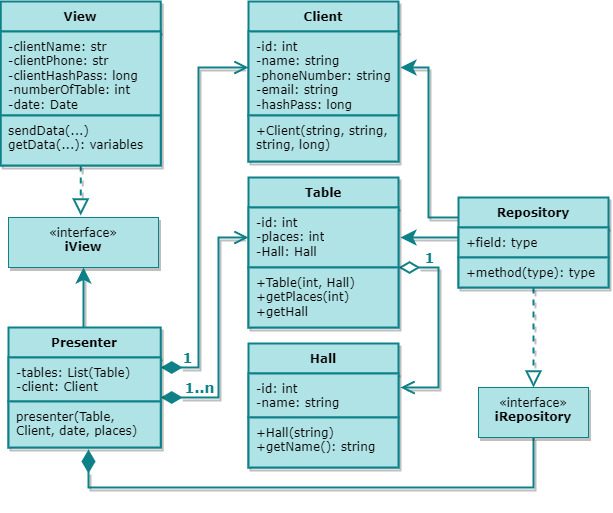
This is hw08/UML.png from PavelVolchenko/SoftwareArchitecture, a draw.io export, as it was before one commit. Source tidied: cells renumbered, new cells last; positions are measured from the earlier drawing's top-left corner, leaving out a move shared by most shapes. Its diagram source:
```xml
<mxGraphModel>
  <root>
    <mxCell id="0" />
    <mxCell id="1" parent="0" />
    <mxCell id="2" style="edgeStyle=orthogonalEdgeStyle;rounded=0;jettySize=auto;html=1;fontFamily=Verdana;fontSize=12;fontColor=default;startSize=26;fillColor=#b0e3e6;strokeColor=#0e8088;strokeWidth=2;dashed=1;endArrow=block;endFill=0;endSize=12;shadow=1;targetPerimeterSpacing=2;verticalAlign=top;spacing=4;" parent="1" edge="1" source="3" target="6">
      <mxGeometry relative="1" as="geometry">
        <Array as="points">
          <mxPoint x="80" y="216" />
          <mxPoint x="80" y="216" />
        </Array>
      </mxGeometry>
    </mxCell>
    <mxCell id="3" value="View" style="swimlane;fontStyle=1;align=center;verticalAlign=top;horizontal=1;startSize=30;whiteSpace=wrap;fillColor=#b0e3e6;strokeColor=#0e8088;strokeWidth=2;shadow=1;fontFamily=Verdana;fontSize=12;html=1;spacingTop=0;spacing=4;" parent="1" vertex="1">
      <mxGeometry x="0.2" width="160" height="164" as="geometry" />
    </mxCell>
    <mxCell id="4" value="-clientName: str&lt;br&gt;-clientPhone: str&lt;br&gt;-clientHashPass: long&lt;br&gt;-numberOfTable: int&lt;br&gt;-date: Date" style="text;strokeColor=#0e8088;fillColor=#b0e3e6;align=left;verticalAlign=top;spacingLeft=4;spacingRight=4;overflow=hidden;whiteSpace=wrap;strokeWidth=2;shadow=0;fontFamily=Verdana;fontSize=12;html=1;spacingTop=0;spacing=4;" parent="3" vertex="1">
      <mxGeometry y="30" width="160" height="84" as="geometry" />
    </mxCell>
    <mxCell id="5" value="sendData(...)&lt;br&gt;getData(...): variables" style="text;strokeColor=#0e8088;fillColor=#b0e3e6;align=left;verticalAlign=top;spacingLeft=4;spacingRight=4;overflow=hidden;whiteSpace=wrap;strokeWidth=2;shadow=0;fontFamily=Verdana;fontSize=12;html=1;spacingTop=0;spacing=4;" parent="3" vertex="1">
      <mxGeometry y="114" width="160" height="50" as="geometry" />
    </mxCell>
    <mxCell id="6" value="«interface»&lt;br&gt;&lt;b&gt;iView&lt;/b&gt;" style="html=1;whiteSpace=wrap;fillColor=#b0e3e6;strokeColor=#0e8088;shadow=1;fontFamily=Verdana;verticalAlign=top;spacing=4;" parent="1" vertex="1">
      <mxGeometry x="8" y="216" width="150" height="50" as="geometry" />
    </mxCell>
    <mxCell id="7" style="edgeStyle=orthogonalEdgeStyle;shape=connector;rounded=0;jettySize=auto;html=1;labelBackgroundColor=default;strokeColor=#0e8088;strokeWidth=2;align=center;verticalAlign=top;fontFamily=Verdana;fontSize=12;fontColor=default;endArrow=classic;endFill=1;startSize=26;endSize=10;fillColor=#b0e3e6;targetPerimeterSpacing=2;spacing=4;shadow=1;entryX=0.5;entryY=1;entryDx=0;entryDy=0;" parent="1" edge="1" source="11" target="6">
      <mxGeometry relative="1" as="geometry">
        <Array as="points">
          <mxPoint x="83" y="316" />
          <mxPoint x="83" y="316" />
        </Array>
      </mxGeometry>
    </mxCell>
    <mxCell id="8" style="edgeStyle=orthogonalEdgeStyle;shape=connector;rounded=0;jettySize=auto;html=1;labelBackgroundColor=default;strokeColor=#0e8088;strokeWidth=2;align=center;verticalAlign=middle;fontFamily=Verdana;fontSize=12;fontColor=default;endArrow=open;endFill=0;startSize=16;endSize=10;fillColor=#b0e3e6;shadow=1;startArrow=diamondThin;startFill=1;" parent="1" edge="1" source="11" target="16">
      <mxGeometry relative="1" as="geometry">
        <Array as="points">
          <mxPoint x="198" y="366" />
          <mxPoint x="198" y="66" />
        </Array>
      </mxGeometry>
    </mxCell>
    <mxCell id="9" value="1" style="edgeLabel;html=1;align=center;verticalAlign=middle;fontSize=14;fontFamily=Verdana;fontColor=#0E8088;labelBackgroundColor=none;fontStyle=1;" parent="8" vertex="1">
      <mxGeometry x="-0.9" y="2" relative="1" as="geometry">
        <mxPoint x="6" y="-8" as="offset" />
      </mxGeometry>
    </mxCell>
    <mxCell id="10" style="edgeStyle=orthogonalEdgeStyle;shape=connector;rounded=0;jettySize=auto;html=1;labelBackgroundColor=default;strokeColor=#0e8088;strokeWidth=2;align=center;verticalAlign=middle;fontFamily=Verdana;fontSize=12;fontColor=default;endArrow=open;endFill=0;startSize=16;endSize=10;fillColor=#b0e3e6;shadow=1;startArrow=diamondThin;startFill=1;" parent="1" edge="1" source="11" target="20">
      <mxGeometry relative="1" as="geometry">
        <Array as="points">
          <mxPoint x="218" y="396" />
          <mxPoint x="218" y="236" />
        </Array>
      </mxGeometry>
    </mxCell>
    <mxCell id="11" value="Presenter" style="swimlane;fontStyle=1;align=center;verticalAlign=top;horizontal=1;startSize=30;whiteSpace=wrap;fillColor=#b0e3e6;strokeColor=#0e8088;strokeWidth=2;shadow=1;fontFamily=Verdana;fontSize=12;html=1;spacingTop=0;spacing=4;" parent="1" vertex="1">
      <mxGeometry x="8" y="326" width="152.2" height="120" as="geometry" />
    </mxCell>
    <mxCell id="12" value="-tables: List(Table)&lt;br&gt;-client: Client" style="text;strokeColor=#0e8088;fillColor=#b0e3e6;align=left;verticalAlign=top;spacingLeft=4;spacingRight=4;overflow=hidden;whiteSpace=wrap;strokeWidth=2;shadow=0;fontFamily=Verdana;fontSize=12;spacingTop=0;spacing=4;html=1;" parent="11" vertex="1">
      <mxGeometry y="30" width="152.2" height="44" as="geometry" />
    </mxCell>
    <mxCell id="13" value="presenter(Table, Client, date, places)" style="text;strokeColor=#0e8088;fillColor=#b0e3e6;align=left;verticalAlign=top;spacingLeft=4;spacingRight=4;overflow=hidden;whiteSpace=wrap;strokeWidth=2;shadow=0;fontFamily=Verdana;fontSize=12;html=1;spacingTop=0;spacing=4;" parent="11" vertex="1">
      <mxGeometry y="74" width="152.2" height="46" as="geometry" />
    </mxCell>
    <mxCell id="14" style="edgeStyle=orthogonalEdgeStyle;shape=connector;rounded=0;jettySize=auto;html=1;labelBackgroundColor=default;strokeColor=#0e8088;strokeWidth=2;align=center;verticalAlign=top;fontFamily=Verdana;fontSize=12;fontColor=default;endArrow=diamondThin;endFill=1;startSize=26;endSize=18;fillColor=#b0e3e6;targetPerimeterSpacing=2;spacing=4;shadow=1;" parent="1" edge="1" source="15" target="11">
      <mxGeometry relative="1" as="geometry">
        <Array as="points">
          <mxPoint x="533" y="486" />
          <mxPoint x="88" y="486" />
        </Array>
      </mxGeometry>
    </mxCell>
    <mxCell id="15" value="«interface»&lt;br&gt;&lt;b&gt;iRepository&lt;/b&gt;" style="html=1;whiteSpace=wrap;fillColor=#b0e3e6;strokeColor=#0e8088;shadow=1;fontFamily=Verdana;verticalAlign=top;spacing=4;" parent="1" vertex="1">
      <mxGeometry x="478" y="386" width="110" height="50" as="geometry" />
    </mxCell>
    <mxCell id="16" value="Client" style="swimlane;fontStyle=1;align=center;verticalAlign=top;horizontal=1;startSize=30;whiteSpace=wrap;fillColor=#b0e3e6;strokeColor=#0e8088;strokeWidth=2;shadow=1;fontFamily=Verdana;fontSize=12;html=1;spacingTop=0;spacing=4;" parent="1" vertex="1">
      <mxGeometry x="248" width="150" height="160" as="geometry" />
    </mxCell>
    <mxCell id="17" value="-id: int&lt;br&gt;-name: string&lt;br&gt;-phoneNumber: string&lt;br&gt;-email: string&lt;br&gt;-hashPass: long" style="text;strokeColor=#0e8088;fillColor=#b0e3e6;align=left;verticalAlign=top;spacingLeft=4;spacingRight=4;overflow=hidden;whiteSpace=wrap;strokeWidth=2;shadow=0;fontFamily=Verdana;fontSize=12;html=1;spacingTop=0;spacing=4;" parent="16" vertex="1">
      <mxGeometry y="30" width="150" height="84" as="geometry" />
    </mxCell>
    <mxCell id="18" value="+Client(string, string, string, long)" style="text;strokeColor=#0e8088;fillColor=#b0e3e6;align=left;verticalAlign=top;spacingLeft=4;spacingRight=4;overflow=hidden;whiteSpace=wrap;strokeWidth=2;shadow=0;fontFamily=Verdana;fontSize=12;html=1;spacingTop=0;spacing=4;" parent="16" vertex="1">
      <mxGeometry y="114" width="150" height="46" as="geometry" />
    </mxCell>
    <mxCell id="19" style="edgeStyle=orthogonalEdgeStyle;shape=connector;rounded=0;jettySize=auto;html=1;shadow=1;labelBackgroundColor=default;strokeColor=#0e8088;strokeWidth=2;align=center;verticalAlign=top;spacing=4;fontFamily=Verdana;fontSize=12;fontColor=default;endArrow=open;endFill=0;startSize=16;endSize=10;targetPerimeterSpacing=2;fillColor=#b0e3e6;startArrow=diamondThin;startFill=0;" parent="1" edge="1" source="20" target="23">
      <mxGeometry relative="1" as="geometry">
        <Array as="points">
          <mxPoint x="438" y="266" />
          <mxPoint x="438" y="386" />
        </Array>
      </mxGeometry>
    </mxCell>
    <mxCell id="20" value="Table" style="swimlane;fontStyle=1;align=center;verticalAlign=top;horizontal=1;startSize=30;whiteSpace=wrap;fillColor=#b0e3e6;strokeColor=#0e8088;strokeWidth=2;shadow=1;fontFamily=Verdana;fontSize=12;html=1;spacingTop=0;spacing=4;" parent="1" vertex="1">
      <mxGeometry x="248" y="176" width="150" height="150" as="geometry" />
    </mxCell>
    <mxCell id="21" value="-id: int&lt;br&gt;-places: int&lt;br&gt;-Hall: Hall" style="text;strokeColor=#0e8088;fillColor=#b0e3e6;align=left;verticalAlign=top;spacingLeft=4;spacingRight=4;overflow=hidden;whiteSpace=wrap;strokeWidth=2;shadow=0;fontFamily=Verdana;fontSize=12;html=1;spacingTop=0;spacing=4;" parent="20" vertex="1">
      <mxGeometry y="30" width="150" height="60" as="geometry" />
    </mxCell>
    <mxCell id="22" value="+Table(int, Hall)&lt;br&gt;+getPlaces(int)&lt;br&gt;+getHall" style="text;strokeColor=#0e8088;fillColor=#b0e3e6;align=left;verticalAlign=top;spacingLeft=4;spacingRight=4;overflow=hidden;whiteSpace=wrap;strokeWidth=2;shadow=0;fontFamily=Verdana;fontSize=12;html=1;spacingTop=0;spacing=4;" parent="20" vertex="1">
      <mxGeometry y="90" width="150" height="60" as="geometry" />
    </mxCell>
    <mxCell id="23" value="Hall" style="swimlane;fontStyle=1;align=center;verticalAlign=top;horizontal=1;startSize=30;whiteSpace=wrap;fillColor=#b0e3e6;strokeColor=#0e8088;strokeWidth=2;shadow=1;fontFamily=Verdana;fontSize=12;html=1;spacingTop=0;spacing=4;" parent="1" vertex="1">
      <mxGeometry x="248" y="342" width="150" height="124" as="geometry" />
    </mxCell>
    <mxCell id="24" value="-id: int&lt;br&gt;-name: string" style="text;strokeColor=#0e8088;fillColor=#b0e3e6;align=left;verticalAlign=top;spacingLeft=4;spacingRight=4;overflow=hidden;whiteSpace=wrap;strokeWidth=2;shadow=0;fontFamily=Verdana;fontSize=12;html=1;spacingTop=0;spacing=4;" parent="23" vertex="1">
      <mxGeometry y="30" width="150" height="44" as="geometry" />
    </mxCell>
    <mxCell id="25" value="+Hall(string)&lt;br&gt;+getName(): string" style="text;strokeColor=#0e8088;fillColor=#b0e3e6;align=left;verticalAlign=top;spacingLeft=4;spacingRight=4;overflow=hidden;whiteSpace=wrap;strokeWidth=2;shadow=0;fontFamily=Verdana;fontSize=12;html=1;spacingTop=0;spacing=4;" parent="23" vertex="1">
      <mxGeometry y="74" width="150" height="50" as="geometry" />
    </mxCell>
    <mxCell id="26" style="edgeStyle=orthogonalEdgeStyle;shape=connector;rounded=0;jettySize=auto;html=1;dashed=1;labelBackgroundColor=default;strokeColor=#0e8088;strokeWidth=2;align=center;verticalAlign=middle;fontFamily=Verdana;fontSize=12;fontColor=default;endArrow=block;endFill=0;startSize=26;endSize=12;fillColor=#b0e3e6;shadow=1;" parent="1" edge="1" source="29" target="15">
      <mxGeometry relative="1" as="geometry">
        <Array as="points">
          <mxPoint x="533" y="336" />
          <mxPoint x="533" y="336" />
        </Array>
      </mxGeometry>
    </mxCell>
    <mxCell id="27" style="edgeStyle=orthogonalEdgeStyle;shape=connector;rounded=0;jettySize=auto;html=1;shadow=1;labelBackgroundColor=default;strokeColor=#0e8088;strokeWidth=2;align=center;verticalAlign=top;spacing=4;fontFamily=Verdana;fontSize=12;fontColor=default;endArrow=classic;endFill=1;startSize=26;endSize=10;targetPerimeterSpacing=2;fillColor=#b0e3e6;" parent="1" edge="1" source="29" target="16">
      <mxGeometry relative="1" as="geometry">
        <Array as="points">
          <mxPoint x="428" y="216" />
          <mxPoint x="428" y="66" />
        </Array>
      </mxGeometry>
    </mxCell>
    <mxCell id="28" style="edgeStyle=orthogonalEdgeStyle;shape=connector;rounded=0;jettySize=auto;html=1;shadow=1;labelBackgroundColor=default;strokeColor=#0e8088;strokeWidth=2;align=center;verticalAlign=top;spacing=4;fontFamily=Verdana;fontSize=12;fontColor=default;endArrow=classic;endFill=1;startSize=26;endSize=10;targetPerimeterSpacing=2;fillColor=#b0e3e6;" parent="1" edge="1" source="29" target="20">
      <mxGeometry relative="1" as="geometry">
        <Array as="points">
          <mxPoint x="428" y="236" />
          <mxPoint x="428" y="236" />
        </Array>
      </mxGeometry>
    </mxCell>
    <mxCell id="29" value="Repository" style="swimlane;fontStyle=1;align=center;verticalAlign=top;horizontal=1;startSize=30;whiteSpace=wrap;fillColor=#b0e3e6;strokeColor=#0e8088;strokeWidth=2;shadow=1;fontFamily=Verdana;fontSize=12;html=1;spacingTop=0;spacing=4;" parent="1" vertex="1">
      <mxGeometry x="458" y="196" width="150" height="90" as="geometry" />
    </mxCell>
    <mxCell id="30" value="+field: type" style="text;strokeColor=#0e8088;fillColor=#b0e3e6;align=left;verticalAlign=top;spacingLeft=4;spacingRight=4;overflow=hidden;whiteSpace=wrap;strokeWidth=2;shadow=0;fontFamily=Verdana;fontSize=12;html=1;spacingTop=0;spacing=4;" parent="29" vertex="1">
      <mxGeometry y="30" width="150" height="30" as="geometry" />
    </mxCell>
    <mxCell id="31" value="+method(type): type" style="text;strokeColor=#0e8088;fillColor=#b0e3e6;align=left;verticalAlign=top;spacingLeft=4;spacingRight=4;overflow=hidden;whiteSpace=wrap;strokeWidth=2;shadow=0;fontFamily=Verdana;fontSize=12;html=1;spacingTop=0;spacing=4;" parent="29" vertex="1">
      <mxGeometry y="60" width="150" height="30" as="geometry" />
    </mxCell>
    <mxCell id="32" value="1..n" style="edgeLabel;html=1;align=center;verticalAlign=middle;fontSize=14;fontFamily=Verdana;fontColor=#0E8088;labelBackgroundColor=none;fontStyle=1;" parent="1" vertex="1">
      <mxGeometry x="198" y="386" as="geometry" />
    </mxCell>
    <mxCell id="33" value="1" style="edgeLabel;html=1;align=center;verticalAlign=middle;fontSize=14;fontFamily=Verdana;fontColor=#0E8088;labelBackgroundColor=none;fontStyle=1;" parent="1" vertex="1">
      <mxGeometry x="428" y="256" as="geometry" />
    </mxCell>
  </root>
</mxGraphModel>
```
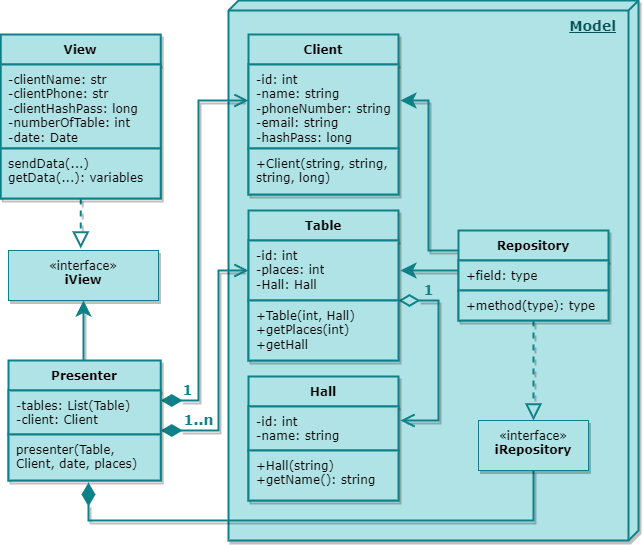
After the change.

Diff of the diagram source:
```diff
@@ -2,6 +2,9 @@
   <root>
     <mxCell id="0" />
     <mxCell id="1" parent="0" />
+    <mxCell id="34" value="Model" style="verticalAlign=top;align=right;spacingTop=11;spacingLeft=2;spacingRight=20;shape=cube;size=10;direction=south;fontStyle=5;html=1;whiteSpace=wrap;shadow=1;strokeWidth=2;fontFamily=Verdana;fontSize=14;startSize=26;fillColor=#b0e3e6;strokeColor=#0e8088;fontColor=#095459;spacing=2;" parent="1" vertex="1">
+      <mxGeometry x="228" y="-34" width="410" height="540" as="geometry" />
+    </mxCell>
     <mxCell id="2" style="edgeStyle=orthogonalEdgeStyle;rounded=0;jettySize=auto;html=1;fontFamily=Verdana;fontSize=12;fontColor=default;startSize=26;fillColor=#b0e3e6;strokeColor=#0e8088;strokeWidth=2;dashed=1;endArrow=block;endFill=0;endSize=12;shadow=1;targetPerimeterSpacing=2;verticalAlign=top;spacing=4;" parent="1" edge="1" source="3" target="6">
       <mxGeometry relative="1" as="geometry">
         <Array as="points">
```
